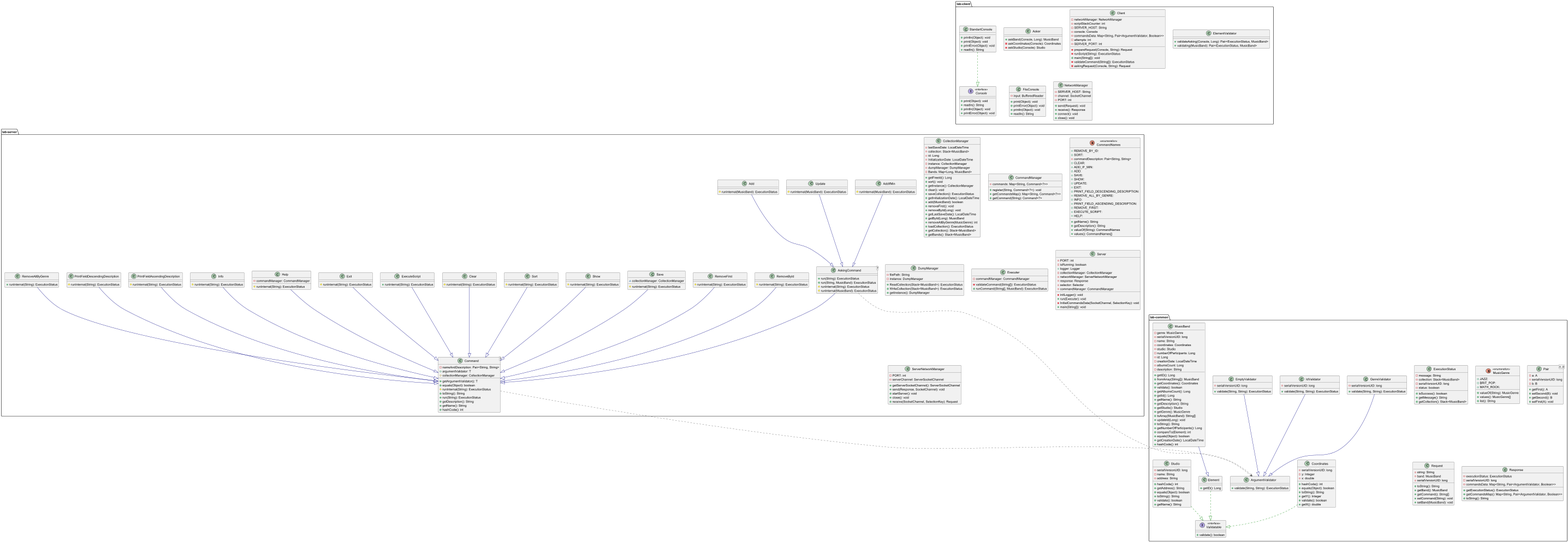
Dkanil/ITMO keeps this PlantUML diagram as semester2/programming/lab6/uml.png. Above is the earlier version.
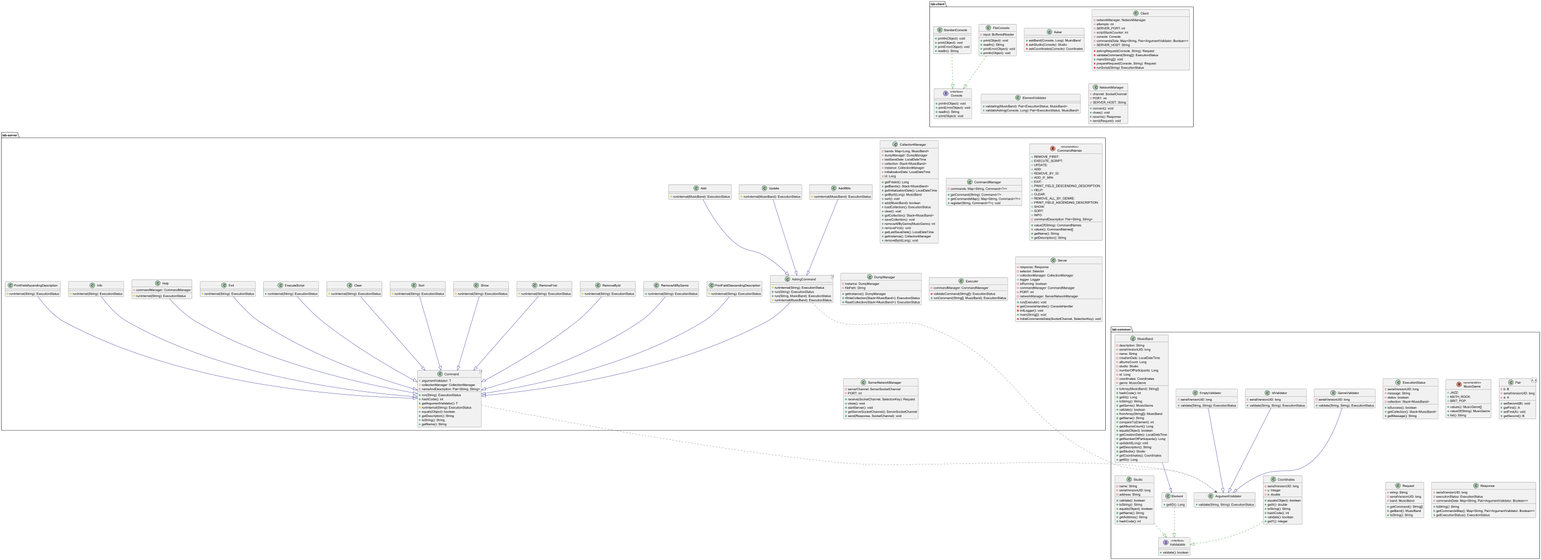
The same diagram one commit later.

Commit message:
upd uml

What changed in the source:
```diff
@@ -2,48 +2,48 @@
 package lab-client {
     class Asker {
       + askBand(Console, Long): MusicBand
+      - askStudio(Console): Studio
       - askCoordinates(Console): Coordinates
-      - askStudio(Console): Studio
     }
     class Client {
       - networkManager: NetworkManager
+      - attempts: int
+      - SERVER_PORT: int
       - scriptStackCounter: int
-      - SERVER_HOST: String
       - console: Console
       - commandsData: Map<String, Pair<ArgumentValidator, Boolean>>
-      - attempts: int
-      - SERVER_PORT: int
+      - SERVER_HOST: String
+      - askingRequest(Console, String): Request
+      - validateCommand(String[]): ExecutionStatus
+      + main(String[]): void
       - prepareRequest(Console, String): Request
       - runScript(String): ExecutionStatus
-      + main(String[]): void
-      - validateCommand(String[]): ExecutionStatus
-      - askingRequest(Console, String): Request
     }
     interface Console << interface >> {
-      + print(Object): void
-      + readln(): String
       + println(Object): void
       + printError(Object): void
+      + readln(): String
+      + print(Object): void
     }
     class ElementValidator {
+      + validating(MusicBand): Pair<ExecutionStatus, MusicBand>
       + validateAsking(Console, Long): Pair<ExecutionStatus, MusicBand>
-      + validating(MusicBand): Pair<ExecutionStatus, MusicBand>
     }
     class FileConsole {
       - input: BufferedReader
       + print(Object): void
+      + readln(): String
       + printError(Object): void
       + println(Object): void
-      + readln(): String
     }
     class NetworkManager {
-      - SERVER_HOST: String
       - channel: SocketChannel
       - PORT: int
-      + send(Request): void
-      + receive(): Response
+      - SERVER_HOST: String
       + connect(): void
       + close(): void
+      + receive(): Response
+      + send(Request): void
     }
     class StandartConsole {
       + println(Object): void
@@ -61,12 +61,12 @@
       - serialVersionUID: long
       - y: Integer
       - x: double
+      + equals(Object): boolean
+      + getX(): double
+      + toString(): String
       + hashCode(): int
-      + equals(Object): boolean
-      + toString(): String
+      + validate(): boolean
       + getY(): Integer
-      + validate(): boolean
-      + getX(): double
     }
     class Element {
       + getID(): Long
@@ -76,13 +76,13 @@
       + validate(String, String): ExecutionStatus
     }
     class ExecutionStatus {
+      - serialVersionUID: long
       - message: String
+      - status: boolean
       - collection: Stack<MusicBand>
-      - serialVersionUID: long
-      - status: boolean
       + isSuccess(): boolean
+      + getCollection(): Stack<MusicBand>
       + getMessage(): String
-      + getCollection(): Stack<MusicBand>
     }
     class GenreValidator {
       - serialVersionUID: long
@@ -93,80 +93,78 @@
       + validate(String, String): ExecutionStatus
     }
     class MusicBand {
-      - genre: MusicGenre
+      - description: String
       - serialVersionUID: long
       - name: String
-      - coordinates: Coordinates
+      - creationDate: LocalDateTime
+      - albumsCount: Long
       - studio: Studio
       - numberOfParticipants: Long
       - id: Long
-      - creationDate: LocalDateTime
-      - albumsCount: Long
-      - description: String
-      + getID(): Long
+      - coordinates: Coordinates
+      - genre: MusicGenre
+      + toArray(MusicBand): String[]
+      + hashCode(): int
+      + getId(): Long
+      + toString(): String
+      + getGenre(): MusicGenre
+      + validate(): boolean
       + fromArray(String[]): MusicBand
-      + getCoordinates(): Coordinates
-      + validate(): boolean
+      + getName(): String
+      + compareTo(Element): int
       + getAlbumsCount(): Long
-      + getId(): Long
-      + getName(): String
+      + equals(Object): boolean
+      + getCreationDate(): LocalDateTime
+      + getNumberOfParticipants(): Long
+      + updateId(Long): void
       + getDescription(): String
       + getStudio(): Studio
-      + getGenre(): MusicGenre
-      + toArray(MusicBand): String[]
-      + updateId(Long): void
-      + toString(): String
-      + getNumberOfParticipants(): Long
-      + compareTo(Element): int
-      + equals(Object): boolean
-      + getCreationDate(): LocalDateTime
-      + hashCode(): int
+      + getCoordinates(): Coordinates
+      + getID(): Long
     }
     enum MusicGenre << enumeration >> {
       + JAZZ:
+      + MATH_ROCK:
       + BRIT_POP:
-      + MATH_ROCK:
+      + values(): MusicGenre[]
       + valueOf(String): MusicGenre
-      + values(): MusicGenre[]
       + list(): String
     }
     class Pair<A, B> {
+      - b: B
+      - serialVersionUID: long
       - a: A
-      - serialVersionUID: long
-      - b: B
+      + setSecond(B): void
       + getFirst(): A
-      + setSecond(B): void
+      + setFirst(A): void
       + getSecond(): B
-      + setFirst(A): void
     }
     class Request {
       - string: String
+      - serialVersionUID: long
       - band: MusicBand
-      - serialVersionUID: long
+      + getCommand(): String[]
+      + getBand(): MusicBand
       + toString(): String
-      + getBand(): MusicBand
-      + getCommand(): String[]
-      + setCommand(String): void
-      + setBand(MusicBand): void
     }
     class Response {
+      - serialVersionUID: long
       - executionStatus: ExecutionStatus
-      - serialVersionUID: long
       - commandsData: Map<String, Pair<ArgumentValidator, Boolean>>
+      + toString(): String
+      + getCommandsMap(): Map<String, Pair<ArgumentValidator, Boolean>>
       + getExecutionStatus(): ExecutionStatus
-      + getCommandsMap(): Map<String, Pair<ArgumentValidator, Boolean>>
-      + toString(): String
     }
     class Studio {
+      - name: String
       - serialVersionUID: long
-      - name: String
       - address: String
+      + validate(): boolean
+      + toString(): String
+      + equals(Object): boolean
+      + getName(): String
+      + getAddress(): String
       + hashCode(): int
-      + getAddress(): String
-      + equals(Object): boolean
-      + toString(): String
-      + validate(): boolean
-      + getName(): String
     }
     interface Validatable << interface >> {
       + validate(): boolean
@@ -181,86 +179,85 @@
       # runInternal(MusicBand): ExecutionStatus
     }
     class AskingCommand<T> {
+      # runInternal(String): ExecutionStatus
       + run(String): ExecutionStatus
       + run(String, MusicBand): ExecutionStatus
-      # runInternal(String): ExecutionStatus
       # runInternal(MusicBand): ExecutionStatus
     }
     class Clear {
       # runInternal(String): ExecutionStatus
     }
     class CollectionManager {
+      - bands: Map<Long, MusicBand>
+      - dumpManager: DumpManager
       - lastSaveDate: LocalDateTime
       - collection: Stack<MusicBand>
+      - instance: CollectionManager
+      - initializationDate: LocalDateTime
       - id: Long
-      - InitializationDate: LocalDateTime
-      - instance: CollectionManager
-      - dumpManager: DumpManager
-      - Bands: Map<Long, MusicBand>
       + getFreeId(): Long
+      + getBands(): Stack<MusicBand>
+      + getInitializationDate(): LocalDateTime
+      + getById(Long): MusicBand
       + sort(): void
+      + add(MusicBand): boolean
+      + loadCollection(): ExecutionStatus
+      + clear(): void
+      + getCollection(): Stack<MusicBand>
+      + saveCollection(): void
+      + removeAllByGenre(MusicGenre): int
+      + removeFirst(): void
+      + getLastSaveDate(): LocalDateTime
       + getInstance(): CollectionManager
-      + clear(): void
-      + saveCollection(): ExecutionStatus
-      + getInitializationDate(): LocalDateTime
-      + add(MusicBand): boolean
-      + removeFirst(): void
       + removeById(Long): void
-      + getLastSaveDate(): LocalDateTime
-      + getById(Long): MusicBand
-      + removeAllByGenre(MusicGenre): int
-      + loadCollection(): ExecutionStatus
-      + getCollection(): Stack<MusicBand>
-      + getBands(): Stack<MusicBand>
     }
     class Command<T> {
-      - nameAndDescription: Pair<String, String>
       + argumentValidator: T
       # collectionManager: CollectionManager
+      - nameAndDescription: Pair<String, String>
+      + run(String): ExecutionStatus
+      + hashCode(): int
       + getArgumentValidator(): T
+      # runInternal(String): ExecutionStatus
       + equals(Object): boolean
-      # runInternal(String): ExecutionStatus
+      + getDescription(): String
       + toString(): String
-      + run(String): ExecutionStatus
-      + getDescription(): String
       + getName(): String
-      + hashCode(): int
     }
     class CommandManager {
       - commands: Map<String, Command<?>>
+      + getCommand(String): Command<?>
+      + getCommandsMap(): Map<String, Command<?>>
       + register(String, Command<?>): void
-      + getCommandsMap(): Map<String, Command<?>>
-      + getCommand(String): Command<?>
     }
     enum CommandNames << enumeration >> {
+      + REMOVE_FIRST:
+      + EXECUTE_SCRIPT:
+      + UPDATE:
+      + ADD:
       + REMOVE_BY_ID:
-      + SORT:
-      - commandDescription: Pair<String, String>
-      + CLEAR:
       + ADD_IF_MIN:
-      + ADD:
-      + SAVE:
-      + SHOW:
-      + UPDATE:
       + EXIT:
       + PRINT_FIELD_DESCENDING_DESCRIPTION:
+      + HELP:
+      + CLEAR:
       + REMOVE_ALL_BY_GENRE:
+      + PRINT_FIELD_ASCENDING_DESCRIPTION:
+      + SHOW:
+      + SORT:
       + INFO:
-      + PRINT_FIELD_ASCENDING_DESCRIPTION:
-      + REMOVE_FIRST:
-      + EXECUTE_SCRIPT:
-      + HELP:
+      - commandDescription: Pair<String, String>
+      + valueOf(String): CommandNames
+      + values(): CommandNames[]
       + getName(): String
       + getDescription(): String
-      + valueOf(String): CommandNames
-      + values(): CommandNames[]
     }
     class DumpManager {
+      - instance: DumpManager
       - filePath: String
-      - instance: DumpManager
+      + getInstance(): DumpManager
+      + WriteCollection(Stack<MusicBand>): ExecutionStatus
       + ReadCollection(Stack<MusicBand>): ExecutionStatus
-      + WriteCollection(Stack<MusicBand>): ExecutionStatus
-      + getInstance(): DumpManager
     }
     class ExecuteScript {
       + runInternal(String): ExecutionStatus
@@ -295,32 +292,29 @@
     class RemoveFirst {
       # runInternal(String): ExecutionStatus
     }
-    class Save {
-      ~ collectionManager: CollectionManager
-      # runInternal(String): ExecutionStatus
-    }
     class Server {
-      - PORT: int
-      - isRunning: boolean
-      + logger: Logger
-      - collectionManager: CollectionManager
-      - networkManager: ServerNetworkManager
       - response: Response
       - selector: Selector
+      - collectionManager: CollectionManager
+      + logger: Logger
+      - isRunning: boolean
       - commandManager: CommandManager
+      - PORT: int
+      - networkManager: ServerNetworkManager
+      + run(Executer): void
+      - getConsoleHandler(): ConsoleHandler
       - initLogger(): void
-      + run(Executer): void
+      + main(String[]): void
       - InitialCommandsData(SocketChannel, SelectionKey): void
-      + main(String[]): void
     }
     class ServerNetworkManager {
+      - serverChannel: ServerSocketChannel
       - PORT: int
-      - serverChannel: ServerSocketChannel
+      + receive(SocketChannel, SelectionKey): Request
+      + close(): void
+      + startServer(): void
       + getServerSocketChannel(): ServerSocketChannel
       + send(Response, SocketChannel): void
-      + startServer(): void
-      + close(): void
-      + receive(SocketChannel, SelectionKey): Request
     }
     class Show {
       # runInternal(String): ExecutionStatus
@@ -333,7 +327,6 @@
     }
 }
 
-
 Add                              -[#000082,plain]-^  AskingCommand
 AddIfMin                         -[#000082,plain]-^  AskingCommand
 AskingCommand                    -[#595959,dashed]->  ArgumentValidator
@@ -345,6 +338,7 @@
 EmptyValidator                   -[#000082,plain]-^  ArgumentValidator
 ExecuteScript                    -[#000082,plain]-^  Command
 Exit                             -[#000082,plain]-^  Command
+FileConsole                      -[#008200,dashed]-^  Console
 GenreValidator                   -[#000082,plain]-^  ArgumentValidator
 Help                             -[#000082,plain]-^  Command
 IdValidator                      -[#000082,plain]-^  ArgumentValidator
@@ -355,7 +349,6 @@
 RemoveAllByGenre                 -[#000082,plain]-^  Command
 RemoveById                       -[#000082,plain]-^  Command
 RemoveFirst                      -[#000082,plain]-^  Command
-Save                             -[#000082,plain]-^  Command
 Show                             -[#000082,plain]-^  Command
 Sort                             -[#000082,plain]-^  Command
 StandartConsole                  -[#008200,dashed]-^  Console
```
